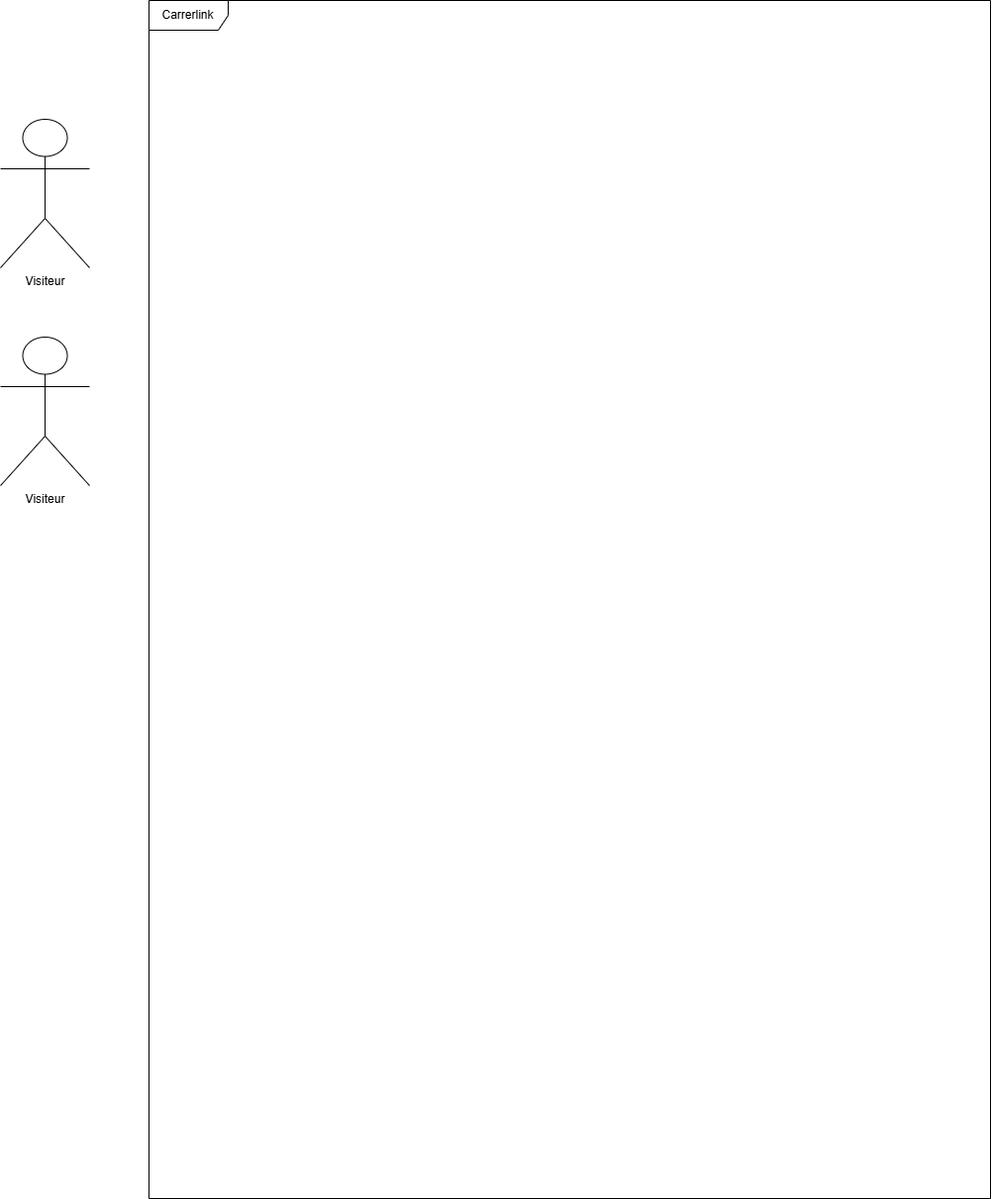
Earlier version of the draw.io export CareerLink.drawio.png (mohamedm999/CareerLink). Source tidied: cells renumbered, new cells last; positions are measured from the earlier drawing's top-left corner, leaving out a move shared by most shapes.
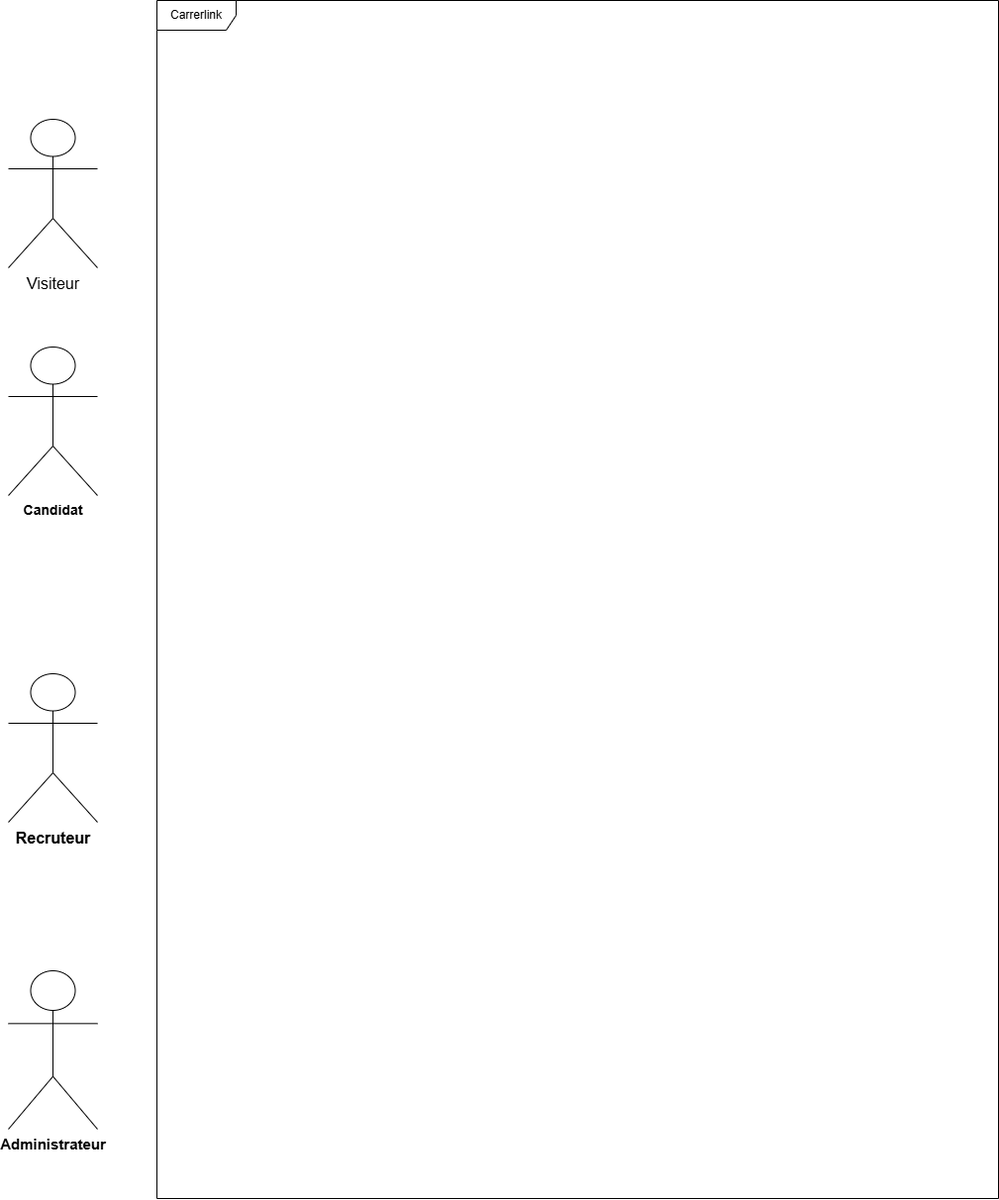
After the commit.

The edit, as a diff of the source:
```diff
@@ -5,11 +5,17 @@
     <mxCell id="2" value="Carrerlink" style="shape=umlFrame;whiteSpace=wrap;html=1;width=80;height=30;" parent="1" vertex="1">
       <mxGeometry x="150" width="850" height="1210" as="geometry" />
     </mxCell>
-    <mxCell id="3" value="Visiteur" style="shape=umlActor;verticalLabelPosition=bottom;verticalAlign=top;html=1;" parent="1" vertex="1">
+    <mxCell id="3" value="&lt;font style=&quot;font-size: 16px;&quot;&gt;Visiteur&lt;/font&gt;" style="shape=umlActor;verticalLabelPosition=bottom;verticalAlign=top;html=1;" parent="1" vertex="1">
       <mxGeometry y="120" width="90" height="150" as="geometry" />
     </mxCell>
-    <mxCell id="4" value="Visiteur" style="shape=umlActor;verticalLabelPosition=bottom;verticalAlign=top;html=1;" parent="1" vertex="1">
-      <mxGeometry y="340" width="90" height="150" as="geometry" />
+    <mxCell id="4" value="&lt;span style=&quot;font-family: &amp;quot;Nunito Sans&amp;quot;, sans-serif; font-weight: 700; text-align: start; text-wrap-mode: wrap; background-color: rgb(255, 255, 255);&quot;&gt;&lt;font style=&quot;font-size: 14px;&quot;&gt;Candidat&lt;/font&gt;&lt;/span&gt;" style="shape=umlActor;verticalLabelPosition=bottom;verticalAlign=top;html=1;" parent="1" vertex="1">
+      <mxGeometry y="350" width="90" height="150" as="geometry" />
     </mxCell>
+    <mxCell id="5" value="&lt;span style=&quot;font-family: &amp;quot;Nunito Sans&amp;quot;, sans-serif; font-weight: 700; text-align: start; text-wrap-mode: wrap; background-color: rgb(255, 255, 255);&quot;&gt;&lt;font style=&quot;font-size: 15px;&quot;&gt;Administrateur&lt;/font&gt;&lt;/span&gt;" style="shape=umlActor;verticalLabelPosition=bottom;verticalAlign=top;html=1;" parent="1" vertex="1">
+      <mxGeometry y="980" width="90" height="160" as="geometry" />
+    </mxCell>
+    <mxCell id="6" value="&lt;span style=&quot;font-family: &amp;quot;Nunito Sans&amp;quot;, sans-serif; font-weight: 700; text-align: start; text-wrap-mode: wrap; background-color: rgb(255, 255, 255);&quot;&gt;&lt;font style=&quot;font-size: 16px;&quot;&gt;Recruteur&lt;/font&gt;&lt;/span&gt;" style="shape=umlActor;verticalLabelPosition=bottom;verticalAlign=top;html=1;" parent="1" vertex="1">
+      <mxGeometry y="680" width="90" height="150" as="geometry" />
+    </mxCell>
   </root>
 </mxGraphModel>
```
